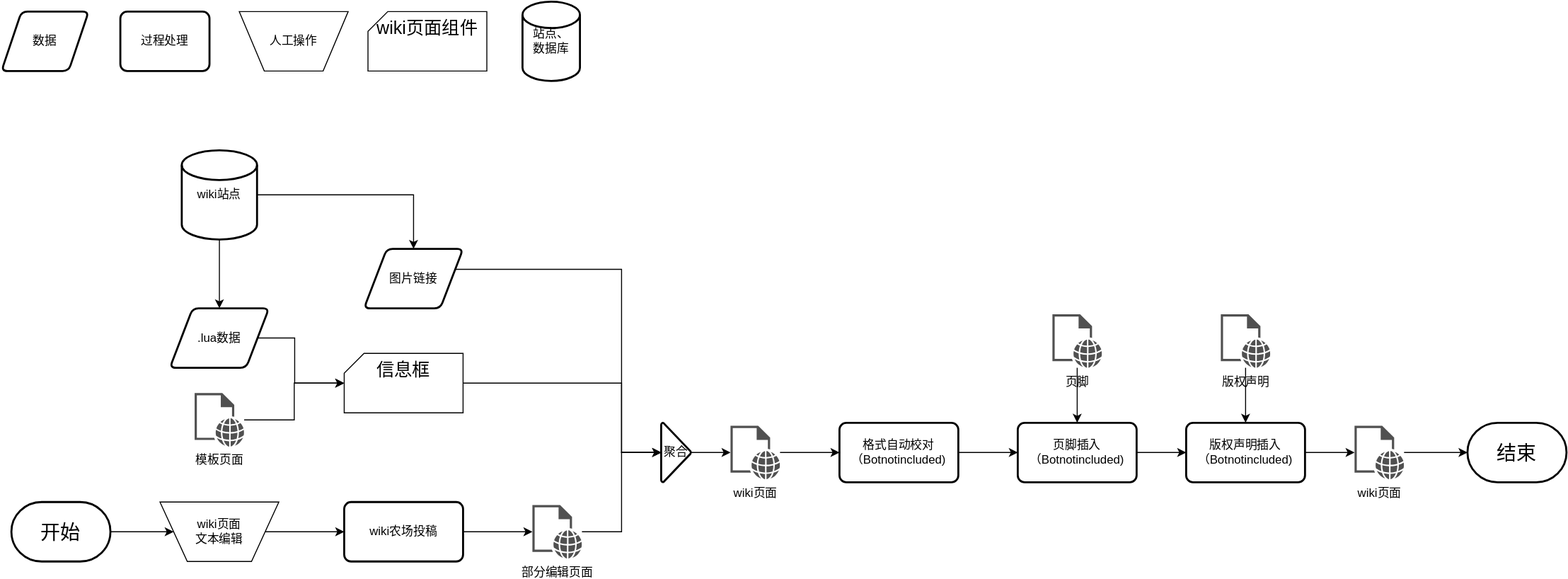
Above: workflow_wiki_bot.drawio.svg in ONI-Wiki-zh/workflow-summary (draw.io), before the change. Source tidied: cells renumbered, new cells last; positions are measured from the earlier drawing's top-left corner, leaving out a move shared by most shapes.
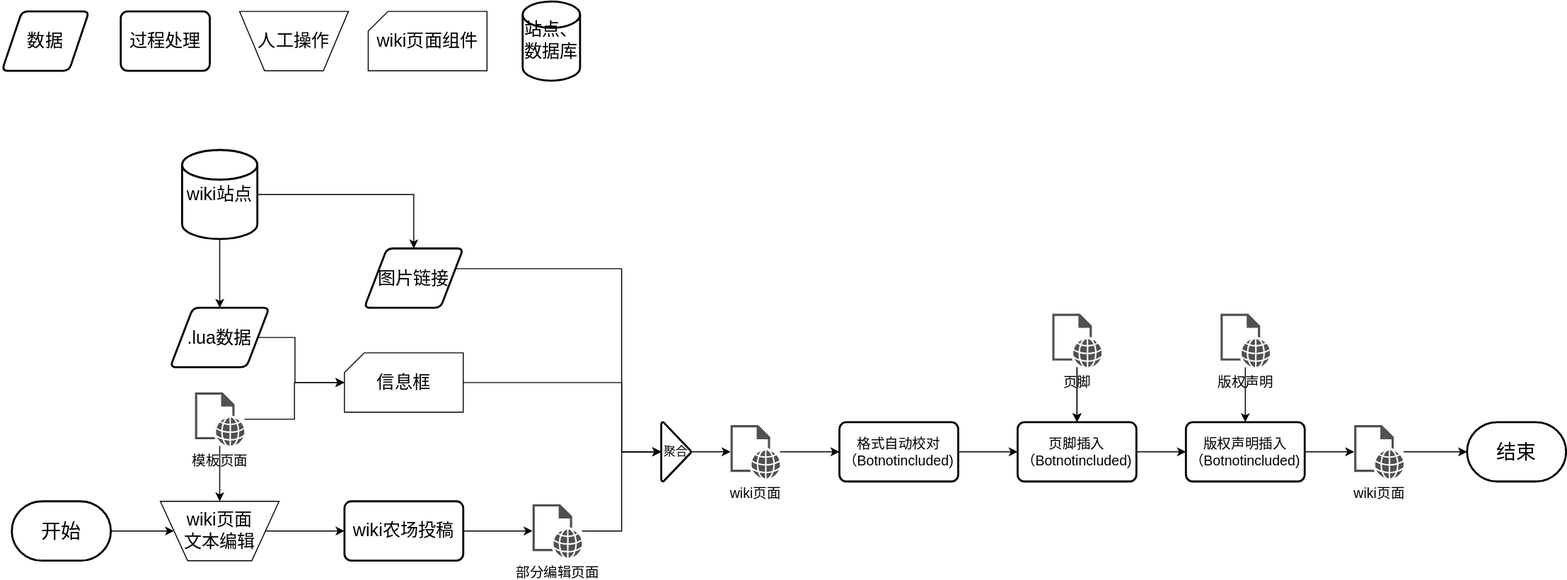
The same diagram one commit later.

Commit message:
放大图片文本

What changed in the source:
```diff
@@ -8,7 +8,7 @@
     <mxCell id="3" style="edgeStyle=orthogonalEdgeStyle;rounded=0;jettySize=auto;html=1;entryX=0.5;entryY=0;entryDx=0;entryDy=0;" parent="1" edge="1" source="4" target="33">
       <mxGeometry relative="1" as="geometry" />
     </mxCell>
-    <mxCell id="4" value="wiki站点" style="strokeWidth=2;html=1;shape=mxgraph.flowchart.database;whiteSpace=wrap;" parent="1" vertex="1">
+    <mxCell id="4" value="&lt;font style=&quot;font-size: 18px;&quot;&gt;wiki站点&lt;/font&gt;" style="strokeWidth=2;html=1;shape=mxgraph.flowchart.database;whiteSpace=wrap;" parent="1" vertex="1">
       <mxGeometry x="182" y="150" width="76" height="90" as="geometry" />
     </mxCell>
     <mxCell id="5" style="edgeStyle=orthogonalEdgeStyle;rounded=0;jettySize=auto;html=1;entryX=0;entryY=0.5;entryDx=0;entryDy=0;" parent="1" edge="1" source="6" target="9">
@@ -19,31 +19,34 @@
         </Array>
       </mxGeometry>
     </mxCell>
-    <mxCell id="6" value=".lua数据" style="shape=parallelogram;html=1;strokeWidth=2;perimeter=parallelogramPerimeter;whiteSpace=wrap;rounded=1;arcSize=12;size=0.23;" parent="1" vertex="1">
+    <mxCell id="6" value="&lt;font style=&quot;font-size: 18px;&quot;&gt;.lua数据&lt;/font&gt;" style="shape=parallelogram;html=1;strokeWidth=2;perimeter=parallelogramPerimeter;whiteSpace=wrap;rounded=1;arcSize=12;size=0.23;" parent="1" vertex="1">
       <mxGeometry x="170" y="309.5" width="100" height="60" as="geometry" />
     </mxCell>
     <mxCell id="7" style="edgeStyle=orthogonalEdgeStyle;rounded=0;jettySize=auto;html=1;" parent="1" edge="1" source="8" target="9">
       <mxGeometry relative="1" as="geometry" />
     </mxCell>
+    <mxCell id="43" style="edgeStyle=orthogonalEdgeStyle;rounded=0;jettySize=auto;html=1;" parent="1" edge="1" source="8" target="11">
+      <mxGeometry relative="1" as="geometry" />
+    </mxCell>
-    <mxCell id="8" value="模板页面" style="sketch=0;shadow=0;dashed=0;html=1;strokeColor=none;fillColor=#505050;labelPosition=center;verticalLabelPosition=bottom;verticalAlign=top;outlineConnect=0;align=center;shape=mxgraph.office.concepts.web_page;" parent="1" vertex="1">
+    <mxCell id="8" value="&lt;font style=&quot;font-size: 14px;&quot;&gt;模板页面&lt;/font&gt;" style="sketch=0;shadow=0;dashed=0;html=1;strokeColor=none;fillColor=#505050;labelPosition=center;verticalLabelPosition=bottom;verticalAlign=top;outlineConnect=0;align=center;shape=mxgraph.office.concepts.web_page;" parent="1" vertex="1">
       <mxGeometry x="195" y="395" width="50" height="54" as="geometry" />
     </mxCell>
-    <mxCell id="9" value="信息框" style="verticalLabelPosition=center;verticalAlign=top;html=1;shape=card;whiteSpace=wrap;size=20;arcSize=12;fontSize=18;" parent="1" vertex="1">
+    <mxCell id="9" value="信息框" style="verticalLabelPosition=center;verticalAlign=middle;html=1;shape=card;whiteSpace=wrap;size=20;arcSize=12;fontSize=18;" parent="1" vertex="1">
       <mxGeometry x="346" y="355" width="120" height="60" as="geometry" />
     </mxCell>
     <mxCell id="10" style="edgeStyle=orthogonalEdgeStyle;rounded=0;jettySize=auto;html=1;" parent="1" edge="1" source="11" target="13">
       <mxGeometry relative="1" as="geometry" />
     </mxCell>
-    <mxCell id="11" value="wiki页面&lt;br&gt;文本编辑" style="verticalLabelPosition=middle;verticalAlign=middle;html=1;shape=trapezoid;perimeter=trapezoidPerimeter;whiteSpace=wrap;size=0.23;arcSize=10;flipV=1;labelPosition=center;align=center;" parent="1" vertex="1">
+    <mxCell id="11" value="&lt;font style=&quot;font-size: 18px;&quot;&gt;wiki页面&lt;br&gt;文本编辑&lt;/font&gt;" style="verticalLabelPosition=middle;verticalAlign=middle;html=1;shape=trapezoid;perimeter=trapezoidPerimeter;whiteSpace=wrap;size=0.23;arcSize=10;flipV=1;labelPosition=center;align=center;" parent="1" vertex="1">
       <mxGeometry x="160" y="505" width="120" height="60" as="geometry" />
     </mxCell>
     <mxCell id="12" style="edgeStyle=orthogonalEdgeStyle;rounded=0;jettySize=auto;html=1;" parent="1" edge="1" source="13" target="14">
       <mxGeometry relative="1" as="geometry" />
     </mxCell>
-    <mxCell id="13" value="wiki农场投稿" style="rounded=1;whiteSpace=wrap;html=1;absoluteArcSize=1;arcSize=14;strokeWidth=2;" parent="1" vertex="1">
+    <mxCell id="13" value="&lt;font style=&quot;font-size: 18px;&quot;&gt;wiki农场投稿&lt;/font&gt;" style="rounded=1;whiteSpace=wrap;html=1;absoluteArcSize=1;arcSize=14;strokeWidth=2;" parent="1" vertex="1">
       <mxGeometry x="346" y="505" width="120" height="60" as="geometry" />
     </mxCell>
-    <mxCell id="14" value="部分编辑页面" style="sketch=0;shadow=0;dashed=0;html=1;strokeColor=none;fillColor=#505050;labelPosition=center;verticalLabelPosition=bottom;verticalAlign=top;outlineConnect=0;align=center;shape=mxgraph.office.concepts.web_page;" parent="1" vertex="1">
+    <mxCell id="14" value="&lt;font style=&quot;font-size: 14px;&quot;&gt;部分编辑页面&lt;/font&gt;" style="sketch=0;shadow=0;dashed=0;html=1;strokeColor=none;fillColor=#505050;labelPosition=center;verticalLabelPosition=bottom;verticalAlign=top;outlineConnect=0;align=center;shape=mxgraph.office.concepts.web_page;" parent="1" vertex="1">
       <mxGeometry x="536" y="508" width="50" height="54" as="geometry" />
     </mxCell>
     <mxCell id="15" style="edgeStyle=orthogonalEdgeStyle;rounded=0;jettySize=auto;html=1;" parent="1" edge="1" source="16" target="20">
@@ -66,46 +69,49 @@
     <mxCell id="19" style="edgeStyle=orthogonalEdgeStyle;rounded=0;jettySize=auto;html=1;" parent="1" edge="1" source="20" target="24">
       <mxGeometry relative="1" as="geometry" />
     </mxCell>
-    <mxCell id="20" value="wiki页面" style="sketch=0;shadow=0;dashed=0;html=1;strokeColor=none;fillColor=#505050;labelPosition=center;verticalLabelPosition=bottom;verticalAlign=top;outlineConnect=0;align=center;shape=mxgraph.office.concepts.web_page;" parent="1" vertex="1">
+    <mxCell id="20" value="&lt;font style=&quot;font-size: 14px;&quot;&gt;wiki页面&lt;/font&gt;" style="sketch=0;shadow=0;dashed=0;html=1;strokeColor=none;fillColor=#505050;labelPosition=center;verticalLabelPosition=bottom;verticalAlign=top;outlineConnect=0;align=center;shape=mxgraph.office.concepts.web_page;" parent="1" vertex="1">
       <mxGeometry x="736" y="428" width="50" height="54" as="geometry" />
     </mxCell>
     <mxCell id="21" style="edgeStyle=orthogonalEdgeStyle;rounded=0;jettySize=auto;html=1;" parent="1" edge="1" source="22" target="26">
       <mxGeometry relative="1" as="geometry" />
     </mxCell>
+    <mxCell id="44" style="edgeStyle=orthogonalEdgeStyle;rounded=0;jettySize=auto;html=1;" parent="1" edge="1" source="22" target="26">
+      <mxGeometry relative="1" as="geometry" />
+    </mxCell>
-    <mxCell id="22" value="页脚" style="sketch=0;shadow=0;dashed=0;html=1;strokeColor=none;fillColor=#505050;labelPosition=center;verticalLabelPosition=bottom;verticalAlign=top;outlineConnect=0;align=center;shape=mxgraph.office.concepts.web_page;" parent="1" vertex="1">
+    <mxCell id="22" value="&lt;font style=&quot;font-size: 14px;&quot;&gt;页脚&lt;/font&gt;" style="sketch=0;shadow=0;dashed=0;html=1;strokeColor=none;fillColor=#505050;labelPosition=center;verticalLabelPosition=bottom;verticalAlign=top;outlineConnect=0;align=center;shape=mxgraph.office.concepts.web_page;" parent="1" vertex="1">
       <mxGeometry x="1061" y="315.5" width="50" height="54" as="geometry" />
     </mxCell>
     <mxCell id="23" style="edgeStyle=orthogonalEdgeStyle;rounded=0;jettySize=auto;html=1;" parent="1" edge="1" source="24" target="26">
       <mxGeometry relative="1" as="geometry" />
     </mxCell>
-    <mxCell id="24" value="格式自动校对&lt;br&gt;（Botnotincluded)" style="rounded=1;whiteSpace=wrap;html=1;absoluteArcSize=1;arcSize=14;strokeWidth=2;" parent="1" vertex="1">
+    <mxCell id="24" value="&lt;font style=&quot;font-size: 14px;&quot;&gt;格式自动校对&lt;br&gt;（Botnotincluded)&lt;/font&gt;" style="rounded=1;whiteSpace=wrap;html=1;absoluteArcSize=1;arcSize=14;strokeWidth=2;" parent="1" vertex="1">
       <mxGeometry x="846" y="425" width="120" height="60" as="geometry" />
     </mxCell>
     <mxCell id="25" style="edgeStyle=orthogonalEdgeStyle;rounded=0;jettySize=auto;html=1;" parent="1" edge="1" source="26" target="28">
       <mxGeometry relative="1" as="geometry" />
     </mxCell>
-    <mxCell id="26" value="页脚插入&lt;br&gt;（Botnotincluded)" style="rounded=1;whiteSpace=wrap;html=1;absoluteArcSize=1;arcSize=14;strokeWidth=2;" parent="1" vertex="1">
+    <mxCell id="26" value="&lt;font style=&quot;font-size: 14px;&quot;&gt;页脚插入&lt;br&gt;（Botnotincluded)&lt;/font&gt;" style="rounded=1;whiteSpace=wrap;html=1;absoluteArcSize=1;arcSize=14;strokeWidth=2;" parent="1" vertex="1">
       <mxGeometry x="1026" y="425" width="120" height="60" as="geometry" />
     </mxCell>
     <mxCell id="27" style="edgeStyle=orthogonalEdgeStyle;rounded=0;jettySize=auto;html=1;" parent="1" edge="1" source="28" target="32">
       <mxGeometry relative="1" as="geometry" />
     </mxCell>
-    <mxCell id="28" value="版权声明插入&lt;br&gt;（Botnotincluded)" style="rounded=1;whiteSpace=wrap;html=1;absoluteArcSize=1;arcSize=14;strokeWidth=2;" parent="1" vertex="1">
+    <mxCell id="28" value="&lt;font style=&quot;font-size: 14px;&quot;&gt;版权声明插入&lt;br&gt;（Botnotincluded)&lt;/font&gt;" style="rounded=1;whiteSpace=wrap;html=1;absoluteArcSize=1;arcSize=14;strokeWidth=2;" parent="1" vertex="1">
       <mxGeometry x="1196" y="425" width="120" height="60" as="geometry" />
     </mxCell>
     <mxCell id="29" style="edgeStyle=orthogonalEdgeStyle;rounded=0;jettySize=auto;html=1;entryX=0.5;entryY=0;entryDx=0;entryDy=0;" parent="1" edge="1" source="30" target="28">
       <mxGeometry relative="1" as="geometry" />
     </mxCell>
-    <mxCell id="30" value="版权声明" style="sketch=0;shadow=0;dashed=0;html=1;strokeColor=none;fillColor=#505050;labelPosition=center;verticalLabelPosition=bottom;verticalAlign=top;outlineConnect=0;align=center;shape=mxgraph.office.concepts.web_page;" parent="1" vertex="1">
+    <mxCell id="30" value="&lt;font style=&quot;font-size: 14px;&quot;&gt;版权声明&lt;/font&gt;" style="sketch=0;shadow=0;dashed=0;html=1;strokeColor=none;fillColor=#505050;labelPosition=center;verticalLabelPosition=bottom;verticalAlign=top;outlineConnect=0;align=center;shape=mxgraph.office.concepts.web_page;" parent="1" vertex="1">
       <mxGeometry x="1231" y="315.5" width="50" height="54" as="geometry" />
     </mxCell>
     <mxCell id="31" style="edgeStyle=orthogonalEdgeStyle;rounded=0;jettySize=auto;html=1;" parent="1" edge="1" source="32" target="42">
       <mxGeometry relative="1" as="geometry" />
     </mxCell>
-    <mxCell id="32" value="wiki页面" style="sketch=0;shadow=0;dashed=0;html=1;strokeColor=none;fillColor=#505050;labelPosition=center;verticalLabelPosition=bottom;verticalAlign=top;outlineConnect=0;align=center;shape=mxgraph.office.concepts.web_page;" parent="1" vertex="1">
+    <mxCell id="32" value="&lt;font style=&quot;font-size: 14px;&quot;&gt;wiki页面&lt;/font&gt;" style="sketch=0;shadow=0;dashed=0;html=1;strokeColor=none;fillColor=#505050;labelPosition=center;verticalLabelPosition=bottom;verticalAlign=top;outlineConnect=0;align=center;shape=mxgraph.office.concepts.web_page;" parent="1" vertex="1">
       <mxGeometry x="1366" y="428" width="50" height="54" as="geometry" />
     </mxCell>
-    <mxCell id="33" value="图片链接" style="shape=parallelogram;html=1;strokeWidth=2;perimeter=parallelogramPerimeter;whiteSpace=wrap;rounded=1;arcSize=12;size=0.23;" parent="1" vertex="1">
+    <mxCell id="33" value="&lt;font style=&quot;font-size: 18px;&quot;&gt;图片链接&lt;/font&gt;" style="shape=parallelogram;html=1;strokeWidth=2;perimeter=parallelogramPerimeter;whiteSpace=wrap;rounded=1;arcSize=12;size=0.23;" parent="1" vertex="1">
       <mxGeometry x="366" y="249.5" width="100" height="60" as="geometry" />
     </mxCell>
     <mxCell id="34" style="edgeStyle=orthogonalEdgeStyle;rounded=0;jettySize=auto;html=1;entryX=0.5;entryY=0;entryDx=0;entryDy=0;entryPerimeter=0;" parent="1" edge="1" source="33" target="16">
@@ -122,19 +128,19 @@
     <mxCell id="36" value="开始" style="strokeWidth=2;html=1;shape=mxgraph.flowchart.terminator;whiteSpace=wrap;fontSize=20;" parent="1" vertex="1">
       <mxGeometry x="10" y="505" width="100" height="60" as="geometry" />
     </mxCell>
-    <mxCell id="37" value="数据" style="shape=parallelogram;html=1;strokeWidth=2;perimeter=parallelogramPerimeter;whiteSpace=wrap;rounded=1;arcSize=12;size=0.23;" parent="1" vertex="1">
+    <mxCell id="37" value="&lt;font style=&quot;font-size: 18px;&quot;&gt;数据&lt;/font&gt;" style="shape=parallelogram;html=1;strokeWidth=2;perimeter=parallelogramPerimeter;whiteSpace=wrap;rounded=1;arcSize=12;size=0.23;" parent="1" vertex="1">
       <mxGeometry y="10" width="88" height="60" as="geometry" />
     </mxCell>
-    <mxCell id="38" value="过程处理" style="rounded=1;whiteSpace=wrap;html=1;absoluteArcSize=1;arcSize=14;strokeWidth=2;" parent="1" vertex="1">
+    <mxCell id="38" value="&lt;font style=&quot;font-size: 18px;&quot;&gt;过程处理&lt;/font&gt;" style="rounded=1;whiteSpace=wrap;html=1;absoluteArcSize=1;arcSize=14;strokeWidth=2;" parent="1" vertex="1">
       <mxGeometry x="120" y="10" width="90" height="60" as="geometry" />
     </mxCell>
-    <mxCell id="39" value="人工操作" style="verticalLabelPosition=middle;verticalAlign=middle;html=1;shape=trapezoid;perimeter=trapezoidPerimeter;whiteSpace=wrap;size=0.23;arcSize=10;flipV=1;labelPosition=center;align=center;" parent="1" vertex="1">
+    <mxCell id="39" value="&lt;font style=&quot;font-size: 18px;&quot;&gt;人工操作&lt;/font&gt;" style="verticalLabelPosition=middle;verticalAlign=middle;html=1;shape=trapezoid;perimeter=trapezoidPerimeter;whiteSpace=wrap;size=0.23;arcSize=10;flipV=1;labelPosition=center;align=center;" parent="1" vertex="1">
       <mxGeometry x="240" y="10" width="110" height="60" as="geometry" />
     </mxCell>
-    <mxCell id="40" value="站点、&lt;br&gt;数据库" style="strokeWidth=2;html=1;shape=mxgraph.flowchart.database;whiteSpace=wrap;" parent="1" vertex="1">
+    <mxCell id="40" value="&lt;font style=&quot;font-size: 18px;&quot;&gt;站点、&lt;br&gt;数据库&lt;/font&gt;" style="strokeWidth=2;html=1;shape=mxgraph.flowchart.database;whiteSpace=wrap;verticalAlign=middle;labelPosition=center;verticalLabelPosition=middle;align=center;" parent="1" vertex="1">
       <mxGeometry x="526" width="58" height="80" as="geometry" />
     </mxCell>
-    <mxCell id="41" value="wiki页面组件" style="verticalLabelPosition=center;verticalAlign=top;html=1;shape=card;whiteSpace=wrap;size=20;arcSize=12;fontSize=18;" parent="1" vertex="1">
+    <mxCell id="41" value="wiki页面组件" style="verticalLabelPosition=center;verticalAlign=middle;html=1;shape=card;whiteSpace=wrap;size=20;arcSize=12;fontSize=18;" parent="1" vertex="1">
       <mxGeometry x="370" y="10" width="120" height="60" as="geometry" />
     </mxCell>
     <mxCell id="42" value="结束" style="strokeWidth=2;html=1;shape=mxgraph.flowchart.terminator;whiteSpace=wrap;fontSize=20;" parent="1" vertex="1">
```
